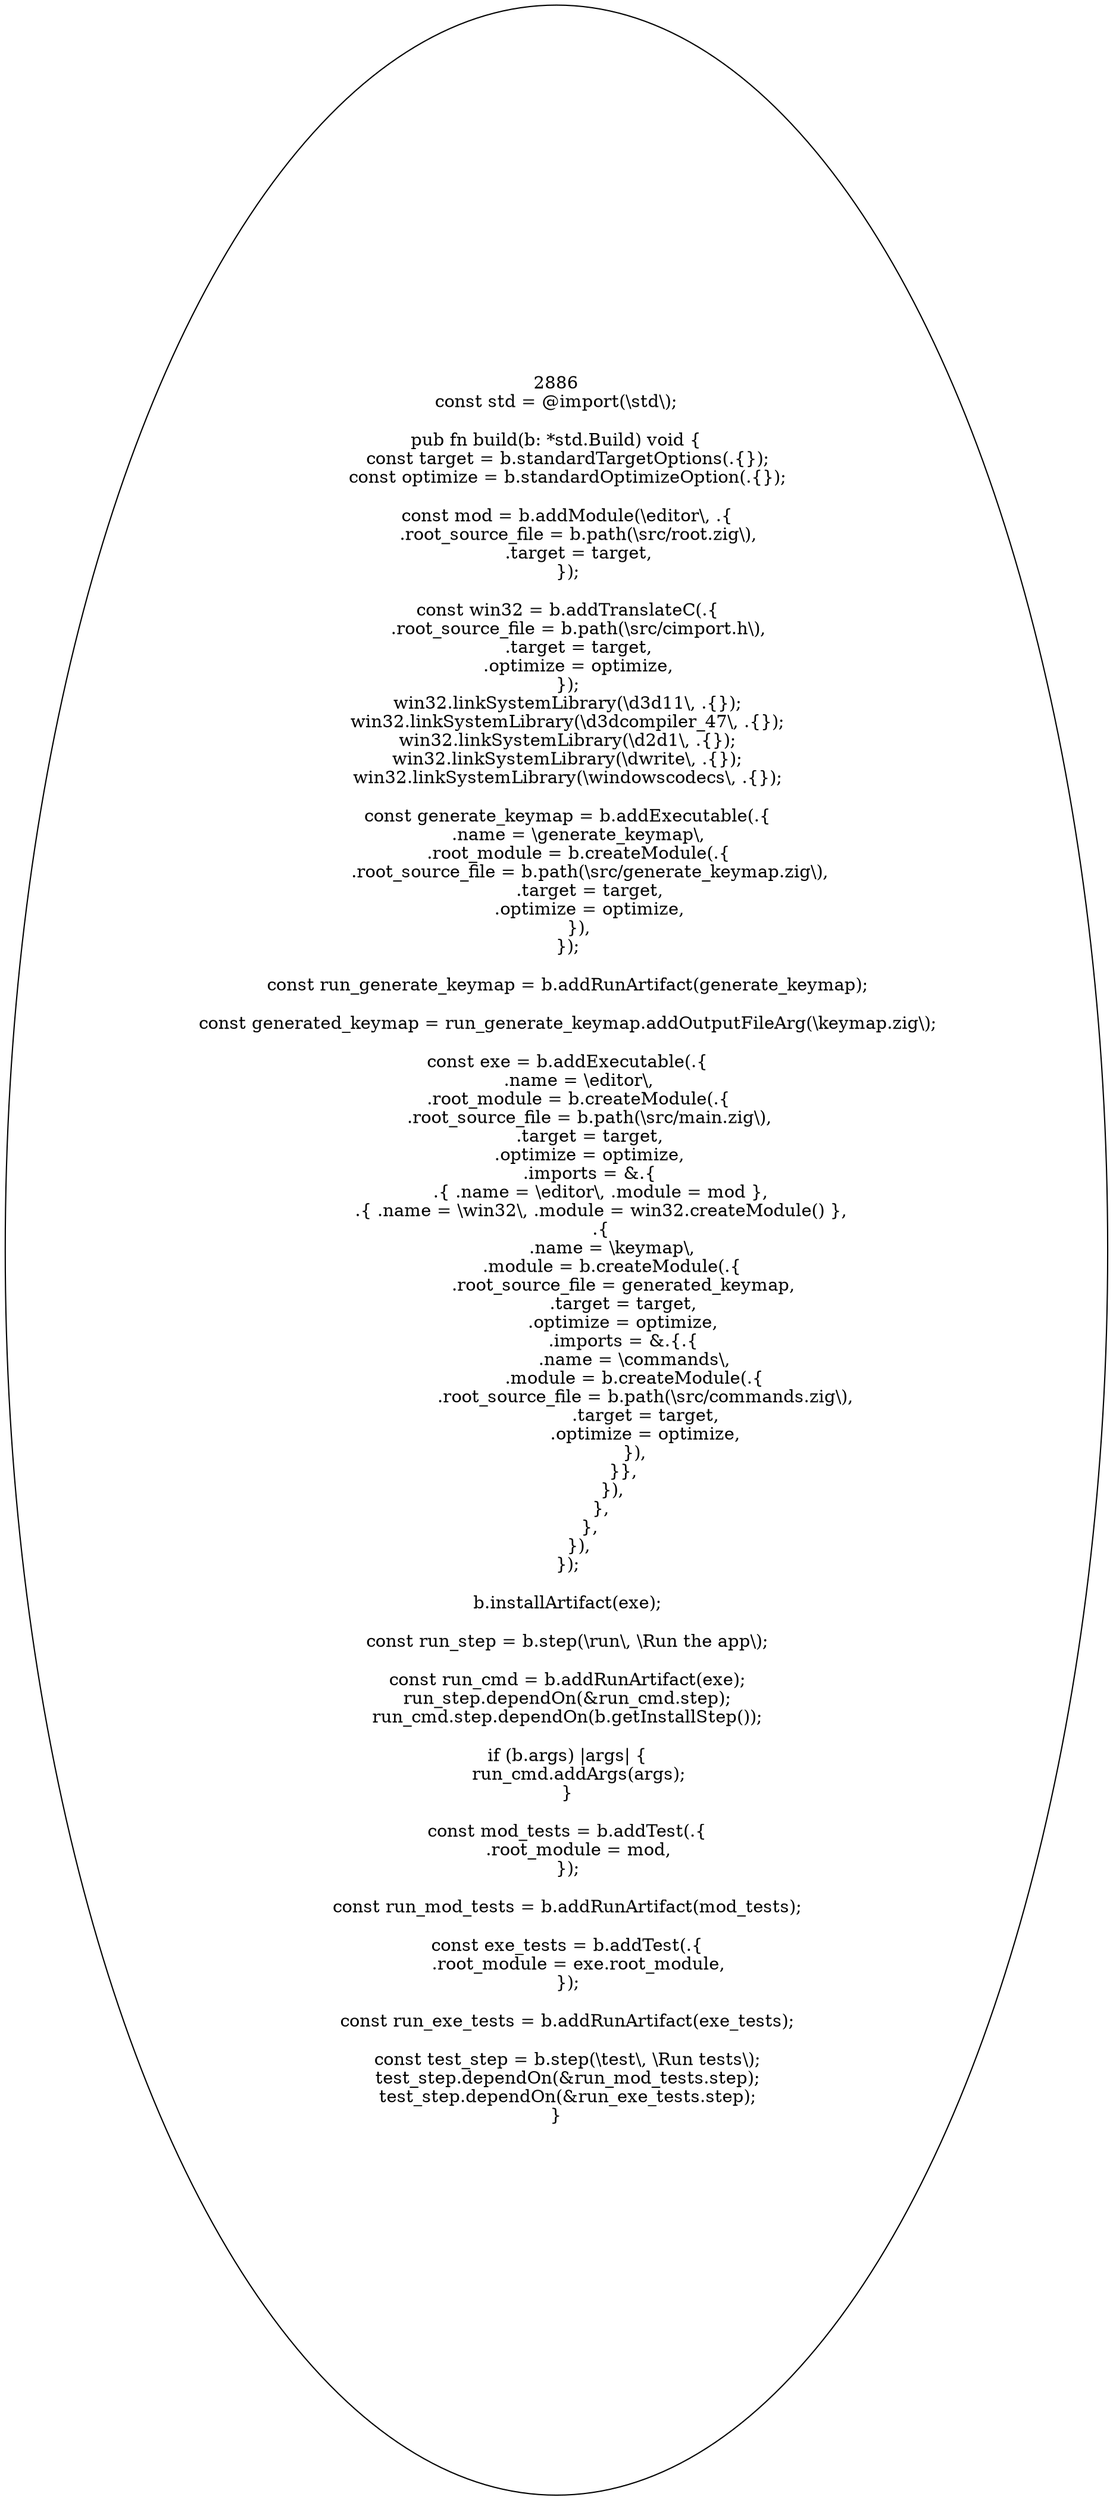
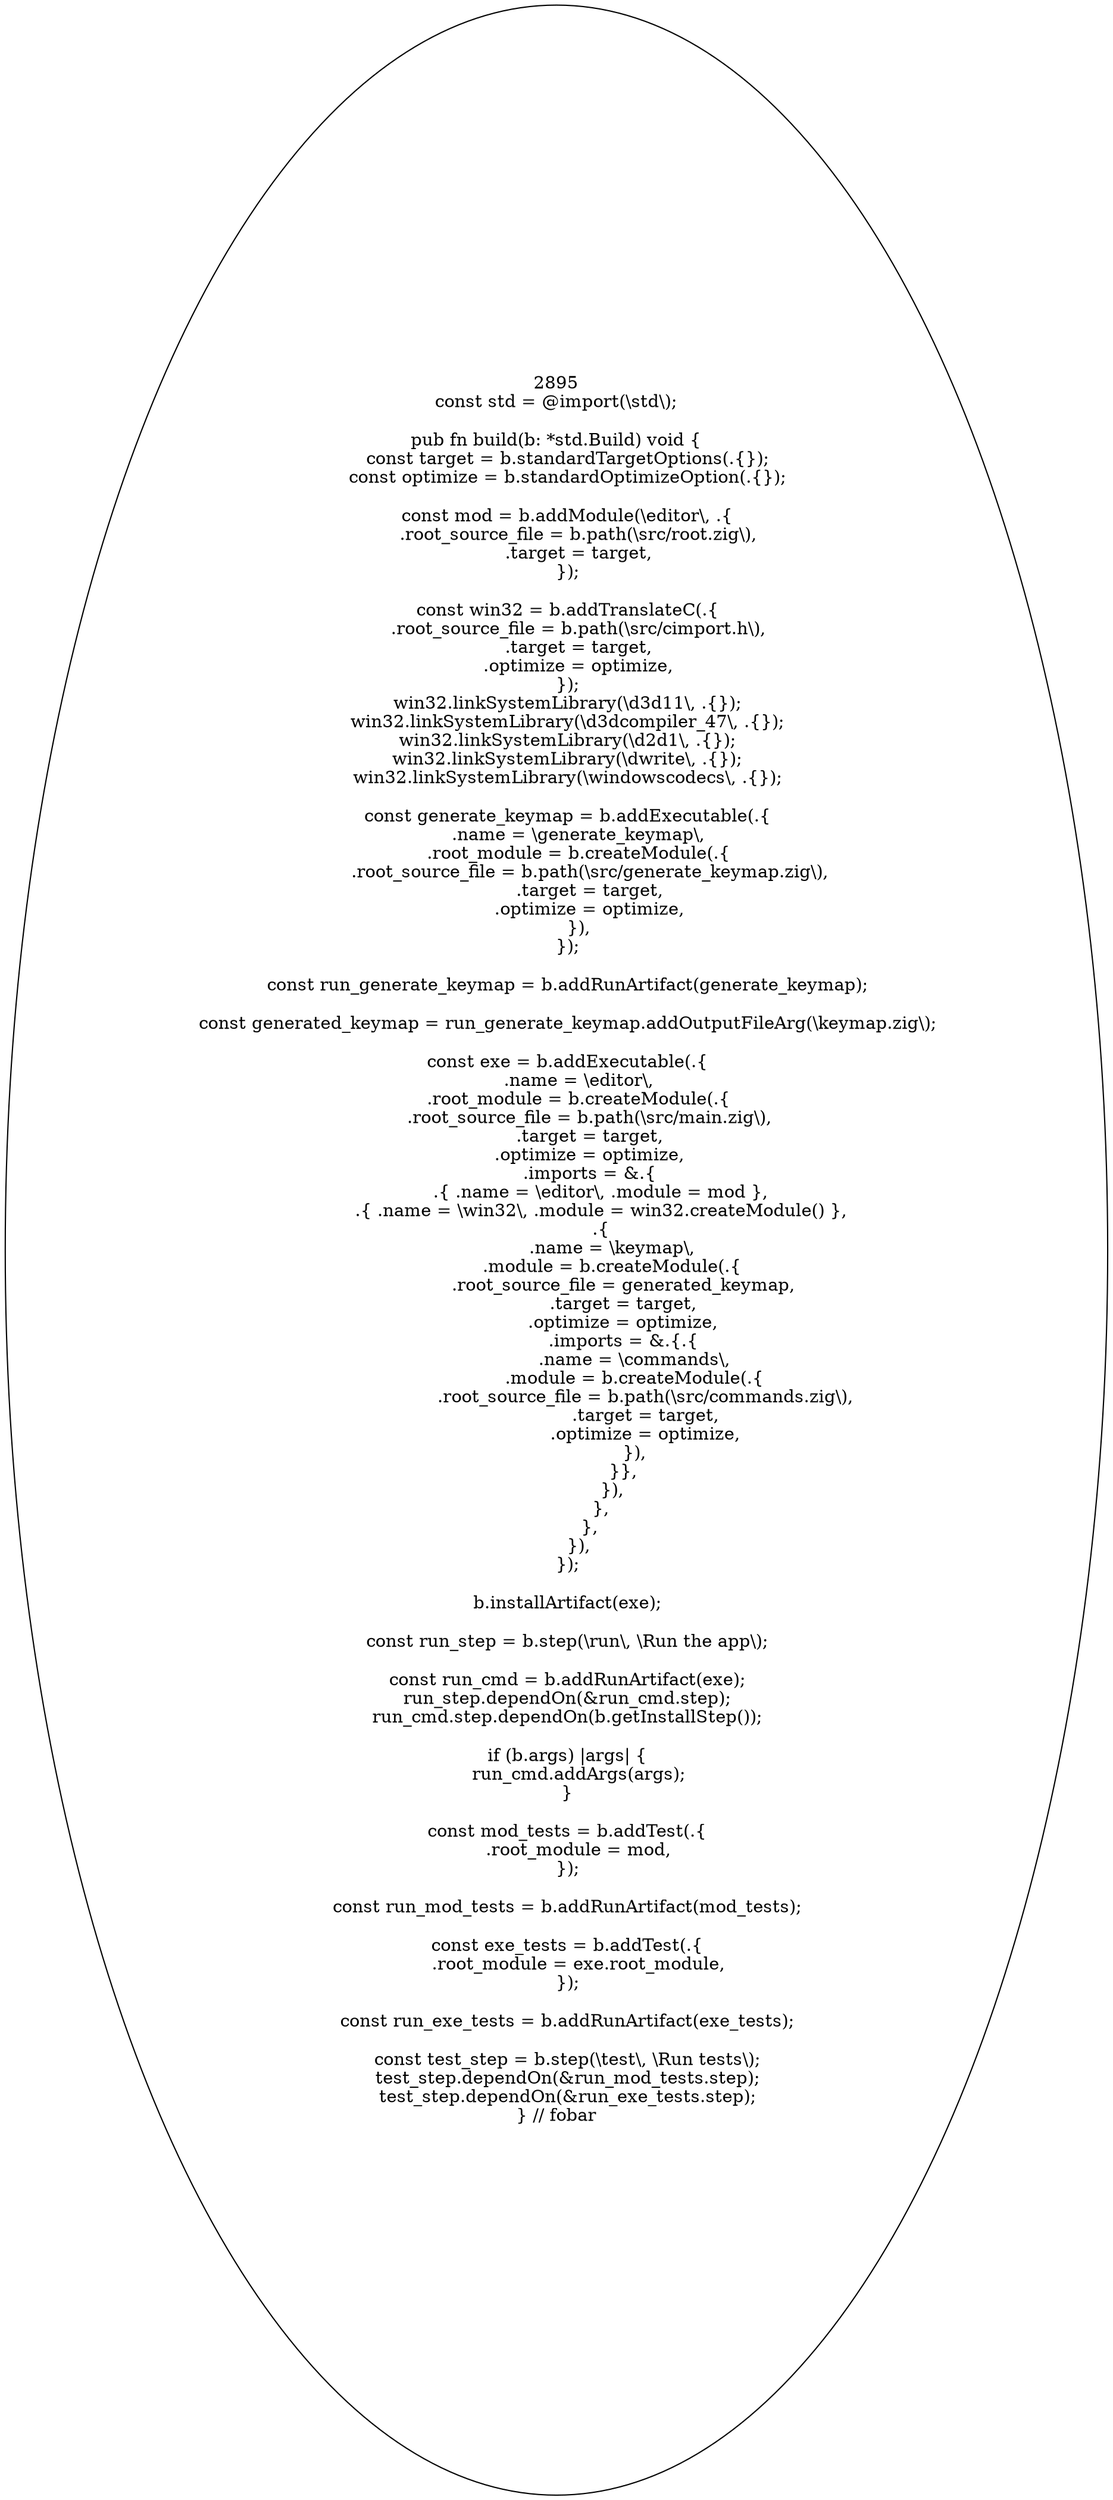
digraph {
- node0 [label="2886\nconst std = @import(\\std\\);\n\npub fn build(b: *std.Build) void {\n    const target = b.standardTargetOptions(.{});\n    const optimize = b.standardOptimizeOption(.{});\n\n    const mod = b.addModule(\\editor\\, .{\n        .root_source_file = b.path(\\src/root.zig\\),\n        .target = target,\n    });\n\n    const win32 = b.addTranslateC(.{\n        .root_source_file = b.path(\\src/cimport.h\\),\n        .target = target,\n        .optimize = optimize,\n    });\n    win32.linkSystemLibrary(\\d3d11\\, .{});\n    win32.linkSystemLibrary(\\d3dcompiler_47\\, .{});\n    win32.linkSystemLibrary(\\d2d1\\, .{});\n    win32.linkSystemLibrary(\\dwrite\\, .{});\n    win32.linkSystemLibrary(\\windowscodecs\\, .{});\n\n    const generate_keymap = b.addExecutable(.{\n        .name = \\generate_keymap\\,\n        .root_module = b.createModule(.{\n            .root_source_file = b.path(\\src/generate_keymap.zig\\),\n            .target = target,\n            .optimize = optimize,\n        }),\n    });\n\n    const run_generate_keymap = b.addRunArtifact(generate_keymap);\n\n    const generated_keymap = run_generate_keymap.addOutputFileArg(\\keymap.zig\\);\n\n    const exe = b.addExecutable(.{\n        .name = \\editor\\,\n        .root_module = b.createModule(.{\n            .root_source_file = b.path(\\src/main.zig\\),\n            .target = target,\n            .optimize = optimize,\n            .imports = &.{\n                .{ .name = \\editor\\, .module = mod },\n                .{ .name = \\win32\\, .module = win32.createModule() },\n                .{\n                    .name = \\keymap\\,\n                    .module = b.createModule(.{\n                        .root_source_file = generated_keymap,\n                        .target = target,\n                        .optimize = optimize,\n                        .imports = &.{.{\n                            .name = \\commands\\,\n                            .module = b.createModule(.{\n                                .root_source_file = b.path(\\src/commands.zig\\),\n                                .target = target,\n                                .optimize = optimize,\n                            }),\n                        }},\n                    }),\n                },\n            },\n        }),\n    });\n\n    b.installArtifact(exe);\n\n    const run_step = b.step(\\run\\, \\Run the app\\);\n\n    const run_cmd = b.addRunArtifact(exe);\n    run_step.dependOn(&run_cmd.step);\n    run_cmd.step.dependOn(b.getInstallStep());\n\n    if (b.args) |args| {\n        run_cmd.addArgs(args);\n    }\n\n    const mod_tests = b.addTest(.{\n        .root_module = mod,\n    });\n\n    const run_mod_tests = b.addRunArtifact(mod_tests);\n\n    const exe_tests = b.addTest(.{\n        .root_module = exe.root_module,\n    });\n\n    const run_exe_tests = b.addRunArtifact(exe_tests);\n\n    const test_step = b.step(\\test\\, \\Run tests\\);\n    test_step.dependOn(&run_mod_tests.step);\n    test_step.dependOn(&run_exe_tests.step);\n}\n"];
+ node0 [label="2895\nconst std = @import(\\std\\);\n\npub fn build(b: *std.Build) void {\n    const target = b.standardTargetOptions(.{});\n    const optimize = b.standardOptimizeOption(.{});\n\n    const mod = b.addModule(\\editor\\, .{\n        .root_source_file = b.path(\\src/root.zig\\),\n        .target = target,\n    });\n\n    const win32 = b.addTranslateC(.{\n        .root_source_file = b.path(\\src/cimport.h\\),\n        .target = target,\n        .optimize = optimize,\n    });\n    win32.linkSystemLibrary(\\d3d11\\, .{});\n    win32.linkSystemLibrary(\\d3dcompiler_47\\, .{});\n    win32.linkSystemLibrary(\\d2d1\\, .{});\n    win32.linkSystemLibrary(\\dwrite\\, .{});\n    win32.linkSystemLibrary(\\windowscodecs\\, .{});\n\n    const generate_keymap = b.addExecutable(.{\n        .name = \\generate_keymap\\,\n        .root_module = b.createModule(.{\n            .root_source_file = b.path(\\src/generate_keymap.zig\\),\n            .target = target,\n            .optimize = optimize,\n        }),\n    });\n\n    const run_generate_keymap = b.addRunArtifact(generate_keymap);\n\n    const generated_keymap = run_generate_keymap.addOutputFileArg(\\keymap.zig\\);\n\n    const exe = b.addExecutable(.{\n        .name = \\editor\\,\n        .root_module = b.createModule(.{\n            .root_source_file = b.path(\\src/main.zig\\),\n            .target = target,\n            .optimize = optimize,\n            .imports = &.{\n                .{ .name = \\editor\\, .module = mod },\n                .{ .name = \\win32\\, .module = win32.createModule() },\n                .{\n                    .name = \\keymap\\,\n                    .module = b.createModule(.{\n                        .root_source_file = generated_keymap,\n                        .target = target,\n                        .optimize = optimize,\n                        .imports = &.{.{\n                            .name = \\commands\\,\n                            .module = b.createModule(.{\n                                .root_source_file = b.path(\\src/commands.zig\\),\n                                .target = target,\n                                .optimize = optimize,\n                            }),\n                        }},\n                    }),\n                },\n            },\n        }),\n    });\n\n    b.installArtifact(exe);\n\n    const run_step = b.step(\\run\\, \\Run the app\\);\n\n    const run_cmd = b.addRunArtifact(exe);\n    run_step.dependOn(&run_cmd.step);\n    run_cmd.step.dependOn(b.getInstallStep());\n\n    if (b.args) |args| {\n        run_cmd.addArgs(args);\n    }\n\n    const mod_tests = b.addTest(.{\n        .root_module = mod,\n    });\n\n    const run_mod_tests = b.addRunArtifact(mod_tests);\n\n    const exe_tests = b.addTest(.{\n        .root_module = exe.root_module,\n    });\n\n    const run_exe_tests = b.addRunArtifact(exe_tests);\n\n    const test_step = b.step(\\test\\, \\Run tests\\);\n    test_step.dependOn(&run_mod_tests.step);\n    test_step.dependOn(&run_exe_tests.step);\n} // fobar\n"];
}
